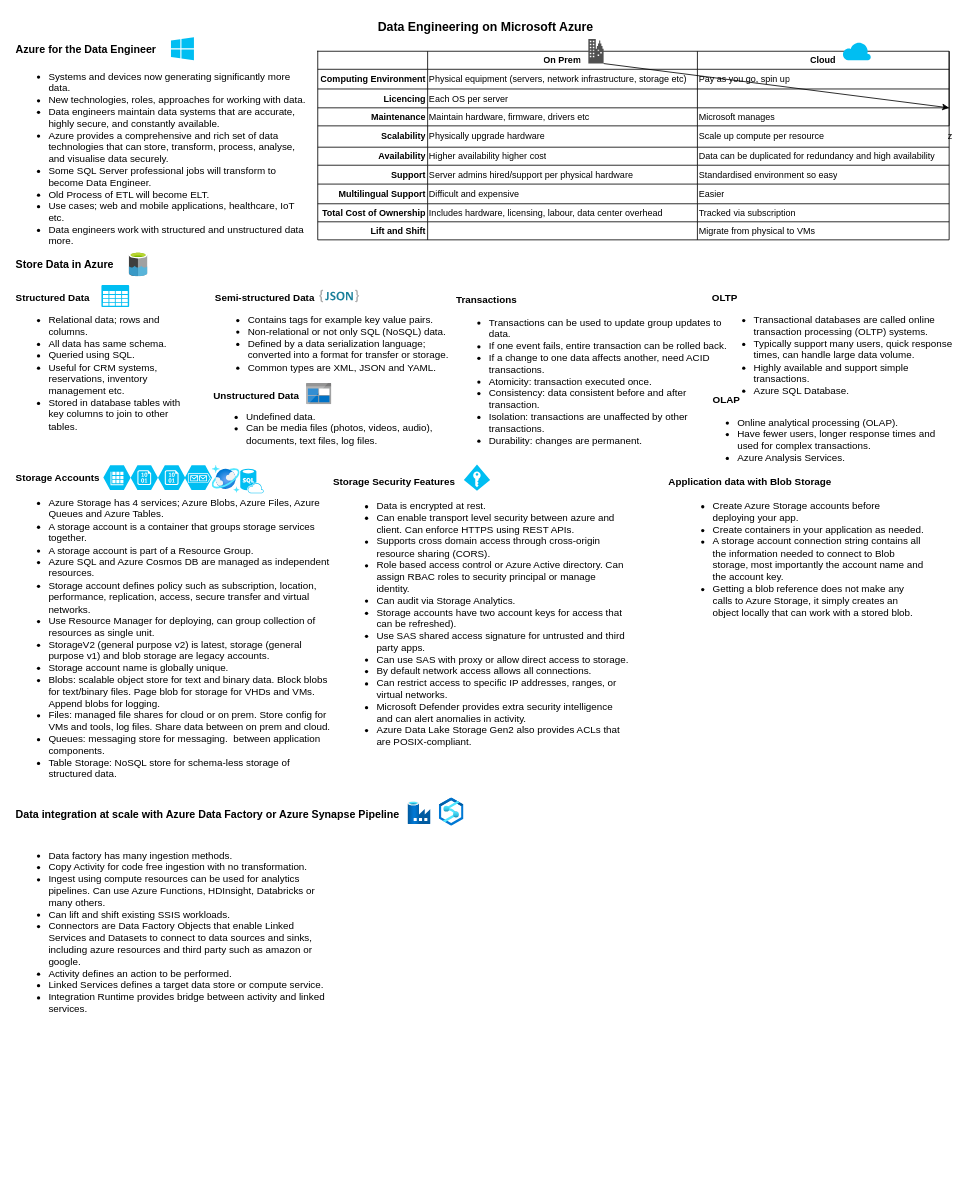
The draw.io diagram DP-203.drawio in pburgoine/certs, before the edit. Source tidied: cells renumbered, new cells numbered last; positions are measured from the earlier drawing's top-left corner, leaving out a move shared by most shapes. Both pictures are drawn from the tidied source at 82%, with x=0, y=0 at pixel (14, 14).
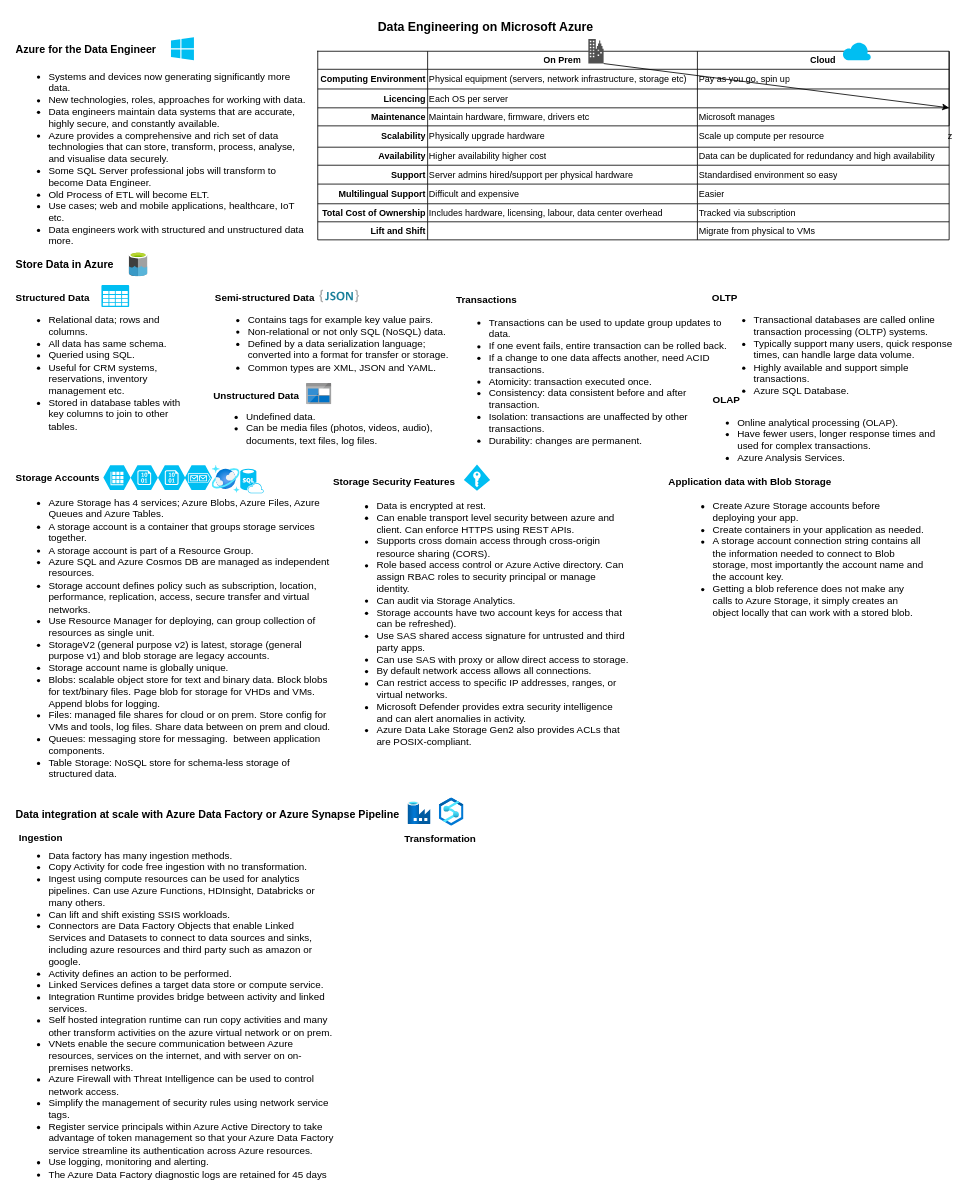
The same diagram, later.

Change to the diagram source:
```diff
@@
-    <mxCell id="84" value="&lt;ul&gt;&lt;li&gt;Data factory has many ingestion methods.&lt;/li&gt;&lt;li&gt;Copy Activity for code free ingestion with no transformation.&lt;/li&gt;&lt;li&gt;Ingest using compute resources can be used for analytics pipelines. Can use Azure Functions, HDInsight, Databricks or many others.&lt;/li&gt;&lt;li&gt;Can lift and shift existing SSIS workloads.&lt;/li&gt;&lt;li&gt;Connectors are Data Factory Objects that enable Linked Services and Datasets to connect to data sources and sinks, including azure resources and third party such as amazon or google.&lt;/li&gt;&lt;li&gt;Activity defines an action to be performed.&lt;/li&gt;&lt;li&gt;Linked Services defines a target data store or compute service.&lt;/li&gt;&lt;li&gt;Integration Runtime provides bridge between activity and linked services.&lt;/li&gt;&lt;/ul&gt;" style="text;strokeColor=none;align=left;fillColor=none;html=1;verticalAlign=top;whiteSpace=wrap;rounded=0;" parent="1" vertex="1">
-      <mxGeometry y="1000" width="390" height="380" as="geometry" />
+    <mxCell id="84" value="&lt;ul&gt;&lt;li&gt;Data factory has many ingestion methods.&lt;/li&gt;&lt;li&gt;Copy Activity for code free ingestion with no transformation.&lt;/li&gt;&lt;li&gt;Ingest using compute resources can be used for analytics pipelines. Can use Azure Functions, HDInsight, Databricks or many others.&lt;/li&gt;&lt;li&gt;Can lift and shift existing SSIS workloads.&lt;/li&gt;&lt;li&gt;Connectors are Data Factory Objects that enable Linked Services and Datasets to connect to data sources and sinks, including azure resources and third party such as amazon or google.&lt;/li&gt;&lt;li&gt;Activity defines an action to be performed.&lt;/li&gt;&lt;li&gt;Linked Services defines a target data store or compute service.&lt;/li&gt;&lt;li&gt;Integration Runtime provides bridge between activity and linked services.&lt;/li&gt;&lt;li&gt;Self hosted integration runtime can run copy activities and many other transform activities on the azure virtual network or on prem.&lt;/li&gt;&lt;li&gt;VNets enable the secure communication between Azure resources, services on the internet, and with server on on-premises networks.&lt;br&gt;&lt;/li&gt;&lt;li&gt;Azure Firewall with Threat Intelligence can be used to control network access.&lt;/li&gt;&lt;li&gt;Simplify the management of security rules using network service tags.&lt;/li&gt;&lt;li&gt;Register service principals within Azure Active Directory to take advantage of token management so that your Azure Data Factory service streamline its authentication across Azure resources.&lt;/li&gt;&lt;li&gt;Use logging, monitoring and alerting.&lt;/li&gt;&lt;li&gt;The Azure Data Factory diagnostic logs are retained for 45 days&lt;br&gt;&lt;/li&gt;&lt;/ul&gt;" style="text;strokeColor=none;align=left;fillColor=none;html=1;verticalAlign=top;whiteSpace=wrap;rounded=0;" parent="1" vertex="1">
+      <mxGeometry y="1000" width="390" height="430" as="geometry" />
     </mxCell>
+    <mxCell id="85" value="&lt;b style=&quot;font-size: 12px;&quot;&gt;Ingestion&lt;/b&gt;" style="text;strokeColor=none;align=left;fillColor=none;html=1;verticalAlign=middle;whiteSpace=wrap;rounded=0;fontSize=13;" parent="1" vertex="1">
+      <mxGeometry x="4" y="988" width="376" height="30" as="geometry" />
+    </mxCell>
+    <mxCell id="86" value="&lt;b style=&quot;font-size: 12px;&quot;&gt;Transformation&lt;/b&gt;" style="text;strokeColor=none;align=left;fillColor=none;html=1;verticalAlign=middle;whiteSpace=wrap;rounded=0;fontSize=13;" parent="1" vertex="1">
+      <mxGeometry x="474" y="990" width="376" height="30" as="geometry" />
+    </mxCell>
```
